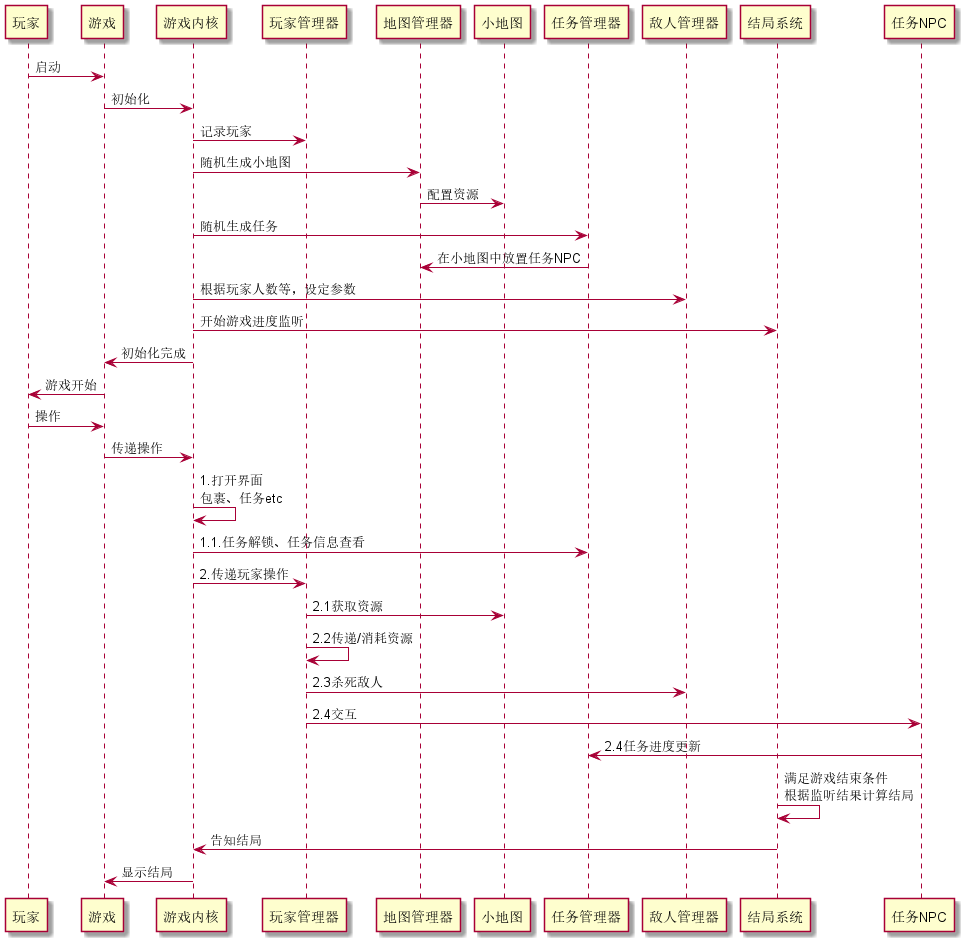
Before: 游戏流程.png, a diagram exported from PlantUML (zhuty18/ProtectCell). Its diagram source:
```plantuml
@startuml 游戏流程

玩家 -> 游戏 : 启动
游戏 -> 游戏内核 : 初始化
游戏内核 -> 玩家管理器 : 记录玩家
游戏内核 -> 地图管理器 : 随机生成小地图
地图管理器 -> 小地图 : 配置资源
游戏内核 -> 任务管理器 : 随机生成任务
任务管理器 -> 地图管理器 : 在小地图中放置任务NPC
游戏内核 -> 敌人管理器 : 根据玩家人数等，设定参数
游戏内核 -> 结局系统 : 开始游戏进度监听
游戏内核 -> 游戏 : 初始化完成
游戏 -> 玩家 : 游戏开始

玩家 -> 游戏 : 操作
游戏 -> 游戏内核 : 传递操作
游戏内核 -> 游戏内核 : 1.打开界面\n包裹、任务etc
游戏内核 -> 任务管理器 : 1.1.任务解锁、任务信息查看
游戏内核 -> 玩家管理器 : 2.传递玩家操作
玩家管理器 -> 小地图 : 2.1获取资源
玩家管理器 -> 玩家管理器 : 2.2传递/消耗资源
玩家管理器 -> 敌人管理器 : 2.3杀死敌人
玩家管理器 -> 任务NPC : 2.4交互
任务NPC -> 任务管理器 : 2.4任务进度更新


结局系统 -> 结局系统 : 满足游戏结束条件\n根据监听结果计算结局
结局系统 -> 游戏内核 : 告知结局
游戏内核 -> 游戏 : 显示结局


@enduml
```
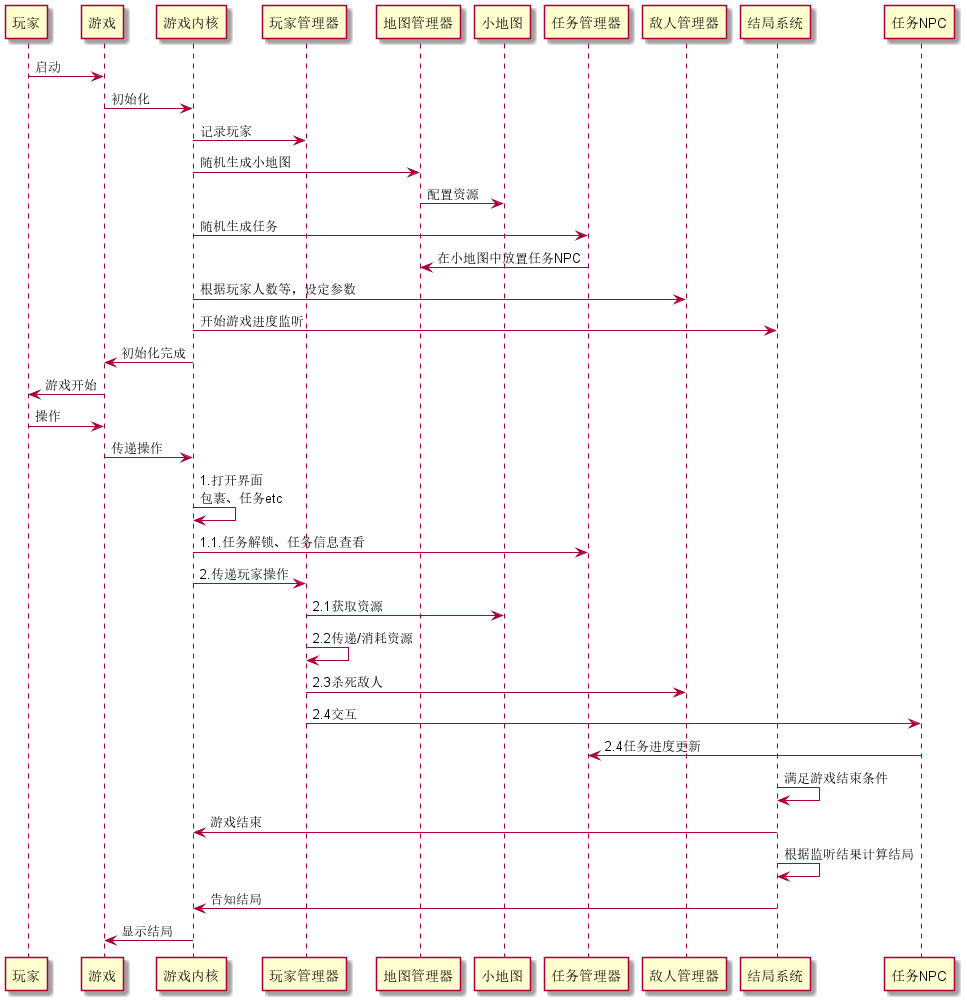
After the change.

Diff of the diagram source:
```diff
@@ -24,9 +24,10 @@
 任务NPC -> 任务管理器 : 2.4任务进度更新
 
 
-结局系统 -> 结局系统 : 满足游戏结束条件\n根据监听结果计算结局
+结局系统 -> 结局系统 : 满足游戏结束条件
+结局系统 -> 游戏内核 : 游戏结束
+结局系统 -> 结局系统 : 根据监听结果计算结局
 结局系统 -> 游戏内核 : 告知结局
 游戏内核 -> 游戏 : 显示结局
 
-
 @enduml
```
